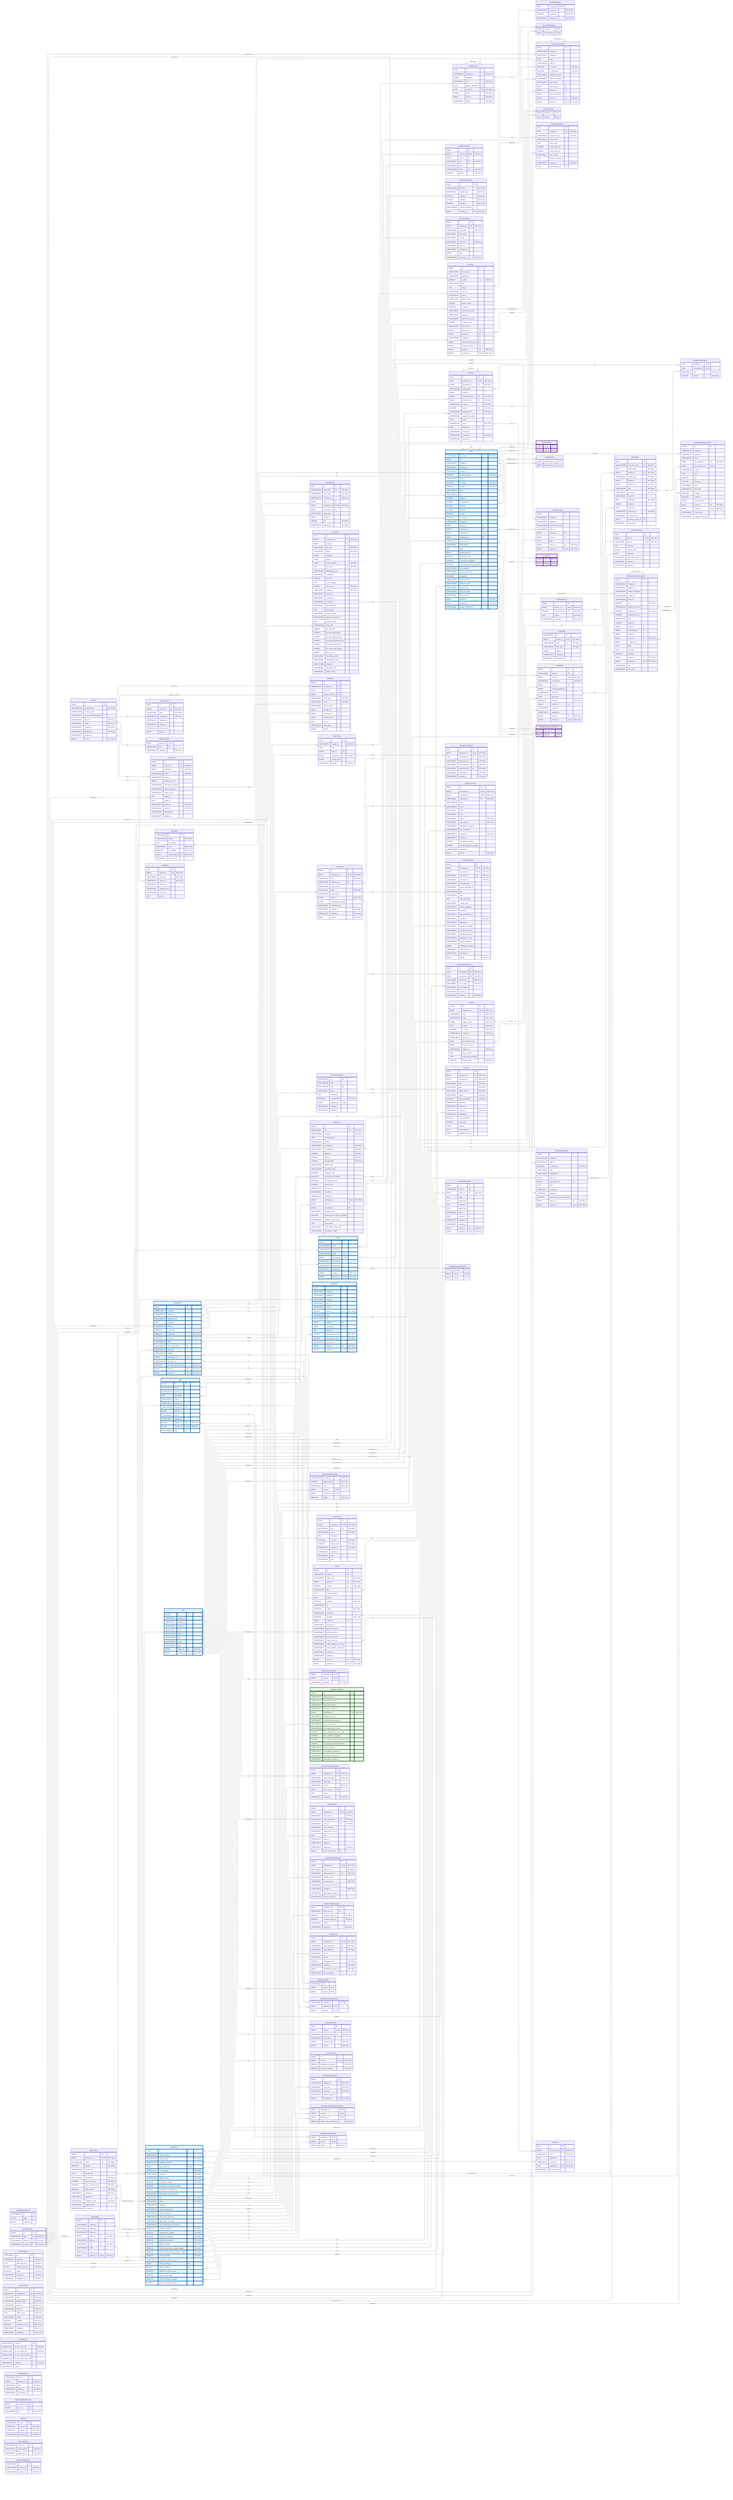
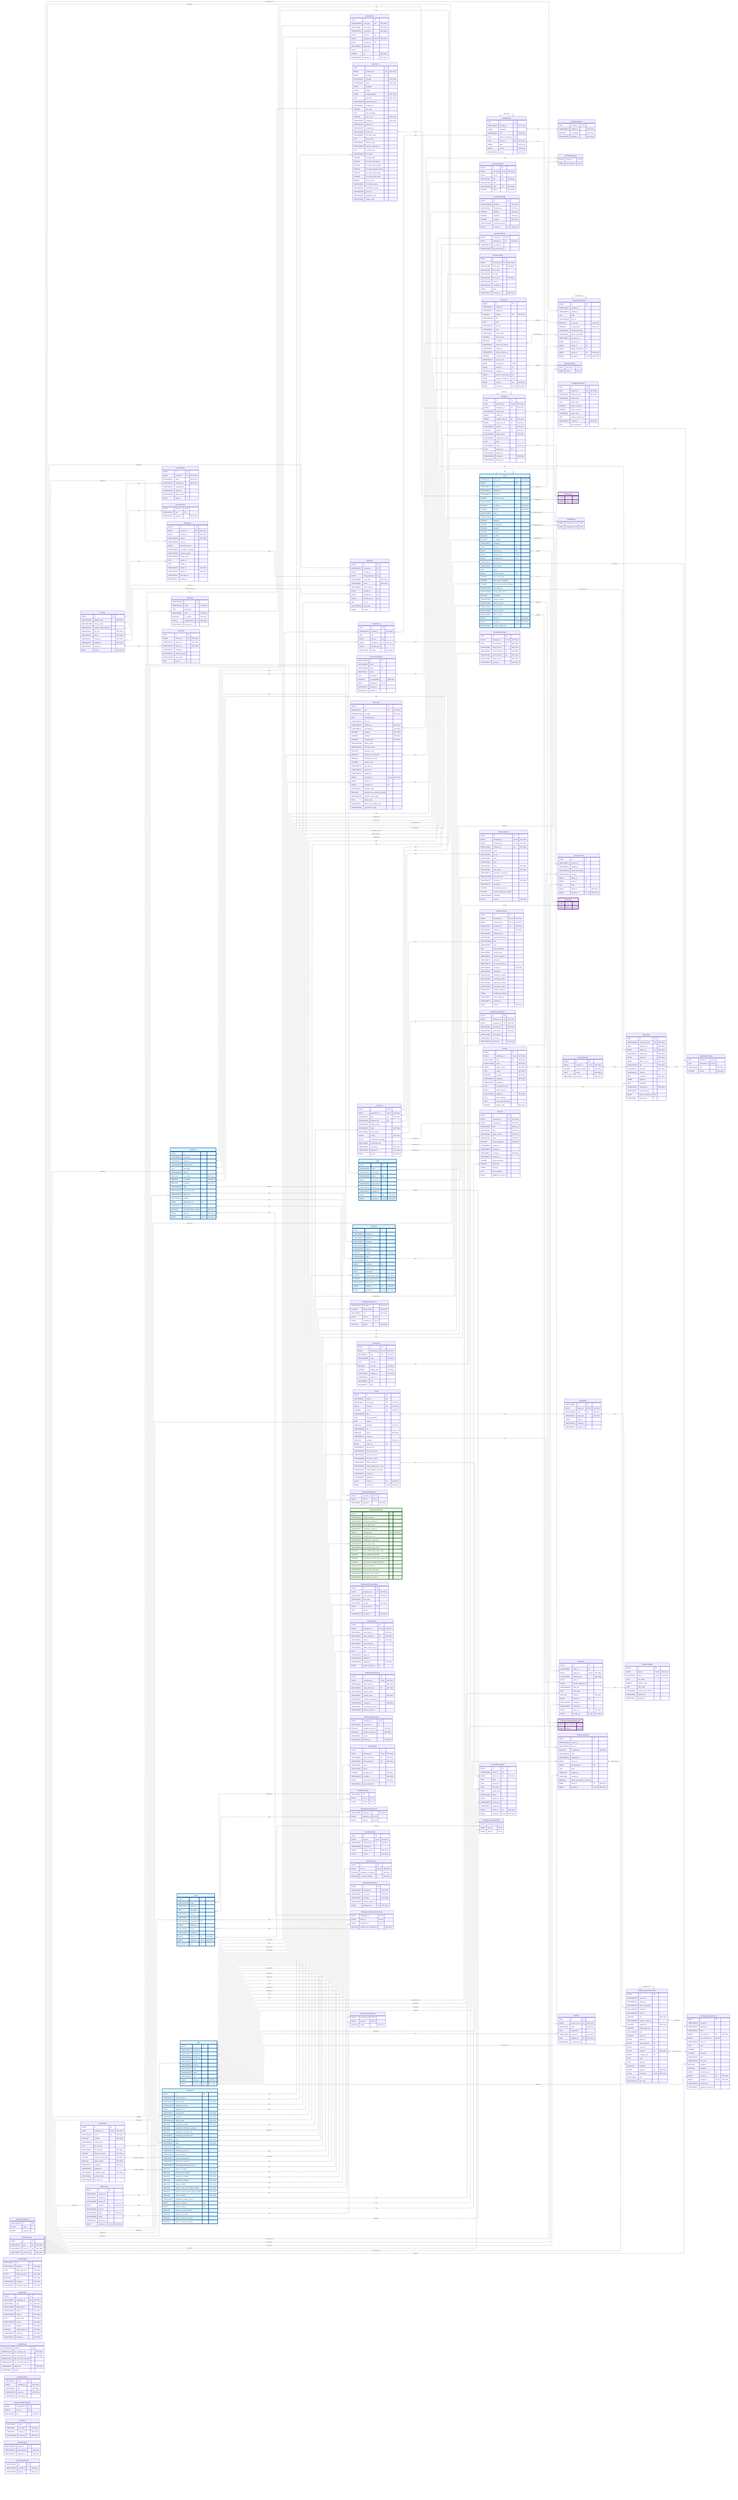
---
config:
    layout: elk
---
erDiagram
    %% Generated automatically from PostgreSQL database schema
    %% using scripts/generate-mermaid-erd.ts
    %% To regenerate: pnpm run db:generate-erd-docs

    direction LR

    Account {
        BIGINT id PK
        VARCHAR(255) display_name "NOT NULL"
        USER-DEFINED primary_email
        TIMESTAMPTZ primary_email_verified_at
        VARCHAR(16) app_role "NOT NULL"
        VARCHAR(16) status "NOT NULL"
        TIMESTAMPTZ created_at "NOT NULL"
        TIMESTAMPTZ updated_at "NOT NULL"
        TIMESTAMPTZ deleted_at
        BIGINT version "NOT NULL"
    }

    AccountExport {
        BIGINT id PK
        BIGINT account_id FK "NOT NULL"
        VARCHAR(16) status "NOT NULL"
        TIMESTAMPTZ requested_at "NOT NULL"
        TIMESTAMPTZ completed_at
        TIMESTAMPTZ expires_at
        VARCHAR(128) failure_reason
        BYTEA payload
    }

    AccountFeature {
        BIGINT account_id PK,FK
        VARCHAR(64) flag PK
        TIMESTAMPTZ enabled_at "NOT NULL"
    }

    ActivityEvent {
        UUID id PK
        VARCHAR(255) event_key UK "NOT NULL"
        VARCHAR(64) event_type "NOT NULL"
        TIMESTAMPTZ occurred_at "NOT NULL"
        BIGINT actor_id FK
        BIGINT workspace_id FK,UK "NOT NULL"
        BIGINT repository_id FK
        VARCHAR(32) target_type
        BIGINT target_id
        DOUBLE xp "NOT NULL"
        TIMESTAMPTZ ingested_at "NOT NULL"
    }

    AgentConfig {
        BIGINT id PK
        BIGINT workspace_id FK,UK "NOT NULL"
        VARCHAR(100) name UK "NOT NULL"
        BOOLEAN enabled "NOT NULL"
        VARCHAR(128) model_name
        TEXT llm_api_key
        VARCHAR(32) llm_provider "NOT NULL"
        INTEGER timeout_seconds "NOT NULL"
        INTEGER max_concurrent_jobs "NOT NULL"
        BOOLEAN allow_internet "NOT NULL"
        TIMESTAMPTZ created_at "NOT NULL"
        TIMESTAMPTZ updated_at
        VARCHAR(16) credential_mode "NOT NULL"
        VARCHAR(50) model_version
        VARCHAR(2048) llm_base_url
    }

    AgentJob {
        UUID id PK
        BIGINT workspace_id FK "NOT NULL"
        BIGINT config_id FK
        VARCHAR(50) job_type "NOT NULL"
        VARCHAR(20) status "NOT NULL"
        JSONB metadata
        JSONB output
        JSONB config_snapshot "NOT NULL"
        TEXT job_token UK "NOT NULL"
        VARCHAR(255) idempotency_key
        VARCHAR(64) container_id
        INTEGER exit_code
        TEXT error_message
        INTEGER retry_count "NOT NULL"
        TIMESTAMPTZ created_at "NOT NULL"
        TIMESTAMPTZ started_at
        TIMESTAMPTZ completed_at
        VARCHAR(64) network_id
        VARCHAR(64) job_token_hash
        TEXT llm_api_key
        VARCHAR(20) delivery_status
        VARCHAR(255) delivery_comment_id
        TEXT container_logs
        VARCHAR(100) llm_model
        INTEGER llm_total_calls
        INTEGER llm_total_input_tokens
        INTEGER llm_total_output_tokens
        INTEGER llm_total_reasoning_tokens
        INTEGER llm_cache_read_tokens
        INTEGER llm_cache_write_tokens
        DOUBLE llm_cost_usd
        VARCHAR(50) llm_model_version
        VARCHAR(32) cancellation_reason
        VARCHAR(255) worker_id
        VARCHAR(48) integration_kind
        VARCHAR(48) subject_class
    }

    AuthEvent {
        BIGINT id PK
        TIMESTAMPTZ occurred_at PK
        BIGINT account_id FK
        BIGINT acting_account_id FK
        VARCHAR(48) event_type "NOT NULL"
        VARCHAR(16) result "NOT NULL"
        VARCHAR(64) failure_reason
        BIGINT provider_id FK
        BIGINT workspace_id FK
        BIGINT identity_link_id FK
        INET ip_inet
        VARCHAR(512) user_agent
        JSONB details
    }

    AuthRateLimitBucket {
        VARCHAR(255) id PK
        BYTEA state
        BIGINT expires_at
    }

    ChatMessage {
        UUID id PK
        TIMESTAMPTZ created_at "NOT NULL"
        JSONB metadata
        VARCHAR(16) role "NOT NULL"
        UUID parent_message_id FK
        UUID thread_id FK "NOT NULL"
        JSONB parts "NOT NULL"
        BIGINT version "NOT NULL"
        VARCHAR(16) status "NOT NULL"
    }

    ChatMessageVote {
        UUID message_id PK,FK
        TIMESTAMPTZ created_at "NOT NULL"
        BOOLEAN is_upvoted "NOT NULL"
        TIMESTAMPTZ updated_at "NOT NULL"
    }

    ChatThread {
        UUID id PK
        TIMESTAMPTZ created_at "NOT NULL"
        TEXT title
        BIGINT user_id FK
        BIGINT workspace_id FK "NOT NULL"
        BYTEA session_jsonl
        VARCHAR(16) surface "NOT NULL"
    }

    CommitContributor {
        BIGINT id PK
        BIGINT commit_id FK,UK "NOT NULL"
        BIGINT user_id FK
        VARCHAR(32) role UK "NOT NULL"
        VARCHAR(255) name
        VARCHAR(255) email UK "NOT NULL"
        INTEGER ordinal "NOT NULL"
    }

    CommitFileChange {
        BIGINT id PK
        VARCHAR(1024) filename "NOT NULL"
        VARCHAR(32) change_type "NOT NULL"
        INTEGER additions "NOT NULL"
        INTEGER deletions "NOT NULL"
        INTEGER changes "NOT NULL"
        VARCHAR(1024) previous_filename
        BIGINT commit_id FK "NOT NULL"
    }

    CommitPullRequest {
        BIGINT commit_id PK,FK
        BIGINT pull_request_id PK,FK
    }

    Connection {
-         BIGINT id PK
+         BIGINT id PK,UK
        BIGINT workspace_id FK,UK "NOT NULL"
        VARCHAR(48) kind UK "NOT NULL"
        VARCHAR(128) instance_key UK
        VARCHAR(256) display_name
        VARCHAR(32) state "NOT NULL"
        VARCHAR(512) state_reason
        JSONB config "NOT NULL"
        BYTEA credentials_encrypted
        VARCHAR(64) credentials_alg
        TIMESTAMPTZ created_at "NOT NULL"
        TIMESTAMPTZ updated_at "NOT NULL"
        BIGINT version "NOT NULL"
+     }
+ 
+     ConnectionActivity {
+         BIGINT connection_id PK,FK
+         BIGINT workspace_id FK "NOT NULL"
+         TIMESTAMPTZ last_event_at
+         VARCHAR(128) last_event_type
    }

    ConnectionAudit {
        BIGINT id PK
        BIGINT connection_id FK "NOT NULL"
        VARCHAR(48) event_type "NOT NULL"
        VARCHAR(32) from_state
        VARCHAR(32) to_state
        VARCHAR(32) actor_kind "NOT NULL"
        VARCHAR(256) actor_ref
        VARCHAR(64) correlation_id
        JSONB detail
        TIMESTAMPTZ occurred_at "NOT NULL"
    }

    Discussion {
        BIGINT id PK
        TIMESTAMPTZ created_at
        TIMESTAMPTZ updated_at
        INTEGER number UK "NOT NULL"
        VARCHAR(1024) title
        TEXT body
        VARCHAR(512) html_url
        VARCHAR(16) state
        VARCHAR(32) state_reason
        INTEGER upvote_count
        BOOLEAN is_locked
        VARCHAR(32) active_lock_reason
        TIMESTAMPTZ closed_at
        TIMESTAMPTZ answer_chosen_at
        INTEGER comment_count
        TIMESTAMPTZ last_sync_at
        BIGINT repository_id FK,UK
        BIGINT author_id FK
        VARCHAR(128) category_id FK
        BIGINT answer_chosen_by_id FK
        BIGINT answer_comment_id FK,UK
        BIGINT native_id UK "NOT NULL"
        BIGINT provider_id FK,UK "NOT NULL"
    }

    DiscussionCategory {
        VARCHAR(128) id PK
        VARCHAR(255) name
        VARCHAR(128) slug UK
        VARCHAR(32) emoji
        TEXT description
        BOOLEAN is_answerable "NOT NULL"
        BIGINT repository_id FK,UK
        TIMESTAMPTZ created_at
        TIMESTAMPTZ updated_at
    }

    DiscussionComment {
        BIGINT id PK
        TIMESTAMPTZ created_at
        TIMESTAMPTZ updated_at
        TEXT body
        VARCHAR(512) html_url
        BOOLEAN is_answer "NOT NULL"
        BOOLEAN is_minimized "NOT NULL"
        VARCHAR(64) minimized_reason
        VARCHAR(32) author_association
        TIMESTAMPTZ last_sync_at
        BIGINT discussion_id FK
        BIGINT author_id FK
        BIGINT parent_comment_id FK
        BIGINT native_id UK "NOT NULL"
        BIGINT provider_id FK,UK "NOT NULL"
    }

    DiscussionLabel {
        BIGINT discussion_id PK,FK
        BIGINT label_id PK,FK
    }

    Feedback {
        UUID id PK
        UUID agent_job_id FK,UK "NOT NULL"
        BIGINT workspace_id FK "NOT NULL"
        VARCHAR(32) artifact_type
        BIGINT artifact_id
        BIGINT recipient_user_id FK "NOT NULL"
        BIGINT about_user_id FK "NOT NULL"
        VARCHAR(32) channel "NOT NULL"
        INTEGER position UK "NOT NULL"
        VARCHAR(16) delivery_state "NOT NULL"
        VARCHAR(32) suppression_reason
        TEXT body
        VARCHAR(16) source "NOT NULL"
        UUID replaces_id FK
        VARCHAR(64) thread_key
        TIMESTAMPTZ created_at "NOT NULL"
        TIMESTAMPTZ delivered_at
    }

    FeedbackObservation {
        UUID feedback_id PK,FK
        UUID observation_id PK,FK
        VARCHAR(16) role "NOT NULL"
        INTEGER ordinal "NOT NULL"
    }

    FeedbackPlacement {
        UUID id PK
        UUID feedback_id FK "NOT NULL"
        VARCHAR(32) placement_type "NOT NULL"
        VARCHAR(16) anchor_kind
        TEXT anchor_path
        INTEGER anchor_start_line
        INTEGER anchor_end_line
        VARCHAR(8) anchor_side
        TEXT posted_comment_ref
        TIMESTAMPTZ created_at "NOT NULL"
        UUID chat_message_id FK
    }

    GitCommit {
        BIGINT id PK
        VARCHAR(40) sha UK "NOT NULL"
        VARCHAR(1024) message "NOT NULL"
        TEXT message_body
        VARCHAR(512) html_url
        TIMESTAMPTZ authored_at "NOT NULL"
        TIMESTAMPTZ committed_at "NOT NULL"
        INTEGER additions "NOT NULL"
        INTEGER deletions "NOT NULL"
        INTEGER changed_files "NOT NULL"
        VARCHAR(255) author_email
        VARCHAR(255) committer_email
        BOOLEAN signature_valid
        BOOLEAN authored_by_committer
        BOOLEAN committed_via_web
        INTEGER parent_count
        TIMESTAMPTZ last_sync_at
        TIMESTAMPTZ created_at
        TIMESTAMPTZ updated_at
        BIGINT repository_id FK,UK "NOT NULL"
        BIGINT author_id FK
        BIGINT committer_id FK
        VARCHAR(32) signature_state
        BOOLEAN signature_was_signed_by_github
        VARCHAR(255) signature_signer_login
        TEXT parent_shas
        VARCHAR(32) status_check_rollup_state
        VARCHAR(255) on_behalf_of_login
    }

    IdentityLink {
        BIGINT id PK
        BIGINT account_id FK "NOT NULL"
        BIGINT provider_id FK "NOT NULL"
        VARCHAR(255) subject "NOT NULL"
        VARCHAR(255) team_id
        BIGINT external_actor_id
        VARCHAR(255) username_at_signup
        VARCHAR(320) email_at_signup
        VARCHAR(255) display_name
        TEXT avatar_url
        TEXT profile_url
        TIMESTAMPTZ linked_at "NOT NULL"
        VARCHAR(16) linked_via "NOT NULL"
        TIMESTAMPTZ last_login_at
        TIMESTAMPTZ disabled_at
    }

    IdentityProvider {
        BIGINT id PK
        VARCHAR(10) type UK "NOT NULL"
        VARCHAR(512) server_url UK "NOT NULL"
        TIMESTAMPTZ created_at "NOT NULL"
    }

    Issue {
        VARCHAR(31) issue_type UK "NOT NULL"
        BIGINT id PK
        TIMESTAMPTZ created_at
        TIMESTAMPTZ updated_at
        TIMESTAMPTZ closed_at
        INTEGER comments_count "NOT NULL"
        VARCHAR(255) html_url
        BOOLEAN is_locked "NOT NULL"
        INTEGER number UK "NOT NULL"
        VARCHAR(255) state
        VARCHAR(1024) title
        INTEGER additions
        INTEGER changed_files
        INTEGER commits
        INTEGER deletions
        BOOLEAN is_draft
        BOOLEAN is_merged
        TIMESTAMPTZ merged_at
        BIGINT author_id FK
        BIGINT milestone_id FK
        BIGINT repository_id FK,UK
        BIGINT merged_by_id FK
        TIMESTAMPTZ last_sync_at
        VARCHAR(32) state_reason
        TEXT body
        BIGINT parent_issue_id FK
        INTEGER sub_issues_total
        INTEGER sub_issues_completed
        INTEGER sub_issues_percent_completed
        VARCHAR(128) issue_type_id FK
        VARCHAR(255) merge_state_status
        BOOLEAN mergeable
        VARCHAR(255) review_decision
        VARCHAR(255) head_ref_name
        VARCHAR(40) head_ref_oid
        VARCHAR(255) base_ref_name
        VARCHAR(40) base_ref_oid
        BIGINT native_id UK "NOT NULL"
        BIGINT provider_id FK,UK "NOT NULL"
        VARCHAR(40) merge_commit_sha
    }

    IssueAssignee {
        BIGINT issue_id PK,FK
        BIGINT user_id PK,FK
    }

    IssueBlocking {
        BIGINT blocked_issue_id PK,FK
        BIGINT blocking_issue_id PK,FK
    }

    IssueComment {
        BIGINT id PK
        TIMESTAMPTZ created_at
        TIMESTAMPTZ updated_at
        VARCHAR(255) author_association
        VARCHAR(255) html_url
        BIGINT author_id FK
        BIGINT issue_id FK
        TEXT body
        BIGINT native_id UK "NOT NULL"
        BIGINT provider_id FK,UK "NOT NULL"
    }

    IssueLabel {
        BIGINT issue_id PK,FK
        BIGINT label_id PK,FK
    }

    IssueType {
        VARCHAR(128) id PK
        VARCHAR(128) name "NOT NULL"
        TEXT description
        VARCHAR(20) color "NOT NULL"
        BOOLEAN is_enabled "NOT NULL"
        BIGINT organization_id FK "NOT NULL"
        TIMESTAMPTZ last_sync_at
    }

    IssuedJwt {
        UUID jti PK
        BIGINT account_id FK "NOT NULL"
        TIMESTAMPTZ issued_at "NOT NULL"
        TIMESTAMPTZ expires_at "NOT NULL"
        TIMESTAMPTZ revoked_at
        VARCHAR(32) revoked_reason
        VARCHAR(512) user_agent
        INET ip_inet
    }

    JwtSigningKey {
        VARCHAR(64) kid PK
        VARCHAR(16) algorithm "NOT NULL"
        TEXT public_key_pem "NOT NULL"
        BYTEA private_key_pem "NOT NULL"
        BOOLEAN active "NOT NULL"
        TIMESTAMPTZ created_at "NOT NULL"
        VARCHAR(64) encryption_key_id "NOT NULL"
    }

    Label {
        BIGINT id PK
        VARCHAR(255) color
        VARCHAR(255) description
        VARCHAR(255) name UK
        BIGINT repository_id FK,UK
        TIMESTAMPTZ last_sync_at
        TIMESTAMPTZ created_at
        TIMESTAMPTZ updated_at
        BIGINT native_id UK "NOT NULL"
        BIGINT provider_id FK,UK "NOT NULL"
    }

    LoginProvider {
        BIGINT id PK
        VARCHAR(64) registration_id UK "NOT NULL"
        VARCHAR(10) type UK "NOT NULL"
        VARCHAR(255) display_name "NOT NULL"
        VARCHAR(512) base_url UK "NOT NULL"
        VARCHAR(512) client_id "NOT NULL"
        TEXT client_secret "NOT NULL"
        VARCHAR(512) scopes "NOT NULL"
        BOOLEAN enabled "NOT NULL"
        BOOLEAN seeded_from_env "NOT NULL"
        TIMESTAMPTZ created_at "NOT NULL"
        TIMESTAMPTZ updated_at "NOT NULL"
    }

    MentorSlackThread {
        UUID id PK
        BIGINT workspace_id FK,UK "NOT NULL"
        UUID chat_thread_id FK "NOT NULL"
        VARCHAR(32) slack_team_id "NOT NULL"
        VARCHAR(32) slack_channel_id UK "NOT NULL"
        VARCHAR(32) slack_thread_ts UK "NOT NULL"
        VARCHAR(32) slack_user_id "NOT NULL"
        TIMESTAMPTZ created_at "NOT NULL"
    }

    Milestone {
        BIGINT id PK
        TIMESTAMPTZ created_at
        TIMESTAMPTZ updated_at
        TIMESTAMPTZ closed_at
        TIMESTAMPTZ due_on
        VARCHAR(255) html_url
        INTEGER number UK "NOT NULL"
        VARCHAR(255) state
        VARCHAR(255) title
        BIGINT creator_id FK
        BIGINT repository_id FK,UK
        TEXT description
        INTEGER closed_issues_count "NOT NULL"
        INTEGER open_issues_count "NOT NULL"
        TIMESTAMPTZ last_sync_at
        BIGINT native_id UK "NOT NULL"
        BIGINT provider_id FK,UK "NOT NULL"
    }

    ModelPricing {
        VARCHAR(128) model_id PK
        NUMERIC(12,6) per_1k_input_usd "NOT NULL"
        NUMERIC(12,6) per_1k_output_usd "NOT NULL"
        NUMERIC(12,6) per_1k_cache_read_usd
        NUMERIC(12,6) per_1k_cache_write_usd
        TIMESTAMPTZ valid_from "NOT NULL"
        TIMESTAMPTZ valid_to
    }

    OauthStateNonce {
        VARCHAR(32) nonce PK
        BIGINT workspace_id "NOT NULL"
        VARCHAR(48) kind "NOT NULL"
        TIMESTAMPTZ issued_at "NOT NULL"
        TIMESTAMPTZ consumed_at
    }

    Observation {
        UUID id PK
        VARCHAR(255) occurrence_key UK "NOT NULL"
        UUID agent_job_id "NOT NULL"
        BIGINT practice_id FK "NOT NULL"
        VARCHAR(32) artifact_type "NOT NULL"
        BIGINT artifact_id "NOT NULL"
        BIGINT about_user_id FK "NOT NULL"
        VARCHAR(255) title "NOT NULL"
        VARCHAR(16) presence "NOT NULL"
        VARCHAR(16) severity
        REAL confidence "NOT NULL"
        JSONB evidence
        TEXT reasoning
        TIMESTAMPTZ observed_at "NOT NULL"
        VARCHAR(64) recurrence_key
        BIGINT practice_revision_id FK
        VARCHAR(8) assessment
    }

    Organization {
        BIGINT id PK
        TIMESTAMPTZ created_at
        TIMESTAMPTZ updated_at
        VARCHAR(255) avatar_url
        BIGINT native_id UK "NOT NULL"
        VARCHAR(255) html_url
        VARCHAR(255) login UK "NOT NULL"
        VARCHAR(255) name
        TIMESTAMPTZ last_sync_at
        BIGINT provider_id FK,UK "NOT NULL"
    }

    OrganizationMembership {
        BIGINT organization_id PK
        BIGINT user_id PK
        VARCHAR(32) role "NOT NULL"
    }

    OutlineCollection {
        BIGINT id PK
        BIGINT workspace_id FK,UK "NOT NULL"
        BIGINT connection_id FK,UK "NOT NULL"
        VARCHAR(64) collection_id UK "NOT NULL"
        VARCHAR(1024) name
        VARCHAR(512) url_id
        VARCHAR(32) color
        VARCHAR(64) icon
        VARCHAR(16) state "NOT NULL"
        VARCHAR(16) sync_status "NOT NULL"
        TIMESTAMPTZ documents_synced_at
        VARCHAR(2048) last_sync_error
        TIMESTAMPTZ created_at "NOT NULL"
        TIMESTAMPTZ updated_at
        INTEGER documents_upstream
        INTEGER exports_skipped_for_budget
        VARCHAR(2048) description
        BIGINT version "NOT NULL"
    }

    OutlineDocument {
        BIGINT id PK
        BIGINT workspace_id FK,UK "NOT NULL"
        BIGINT connection_id FK,UK "NOT NULL"
        VARCHAR(64) document_id UK "NOT NULL"
        VARCHAR(64) collection_id "NOT NULL"
        VARCHAR(512) collection_slug
        VARCHAR(64) parent_document_id
        VARCHAR(1024) title
        VARCHAR(512) slug
        TEXT body_markdown
        VARCHAR(64) content_hash
        TIMESTAMPTZ outline_updated_at
        TIMESTAMPTZ deleted_at
        TIMESTAMPTZ last_materialized_at
        TIMESTAMPTZ created_at "NOT NULL"
        TIMESTAMPTZ updated_at
        VARCHAR(64) created_by_subject
        VARCHAR(255) created_by_name
        VARCHAR(64) updated_by_subject
        VARCHAR(255) updated_by_name
        TIMESTAMPTZ outline_created_at
        JSONB collaborator_subjects
        TIMESTAMPTZ body_evicted_at
        TIMESTAMPTZ archived_at
        BIGINT version "NOT NULL"
    }

    OutlineDocumentEvent {
        BIGINT id PK
        BIGINT workspace_id FK "NOT NULL"
        BIGINT connection_id FK "NOT NULL"
        VARCHAR(64) document_id "NOT NULL"
        VARCHAR(64) event_name "NOT NULL"
        VARCHAR(64) actor_subject
        TIMESTAMPTZ occurred_at
        TIMESTAMPTZ created_at "NOT NULL"
    }

    Practice {
        BIGINT id PK
        BIGINT workspace_id FK,UK "NOT NULL"
        VARCHAR(64) slug UK "NOT NULL"
        VARCHAR(128) name "NOT NULL"
        JSONB trigger_events "NOT NULL"
        TEXT criteria "NOT NULL"
        BOOLEAN is_active "NOT NULL"
        TIMESTAMPTZ created_at "NOT NULL"
        TIMESTAMPTZ updated_at
        TEXT precompute_script
        BIGINT practice_area_id FK
        VARCHAR(32) applies_to "NOT NULL"
        TEXT why_it_matters
        TEXT what_good_looks_like
        INTEGER display_order "NOT NULL"
    }

    PracticeArea {
        BIGINT id PK
        BIGINT workspace_id FK,UK "NOT NULL"
        VARCHAR(64) slug UK "NOT NULL"
        VARCHAR(128) name "NOT NULL"
        TEXT description
        BOOLEAN is_active "NOT NULL"
        INTEGER display_order "NOT NULL"
        TIMESTAMPTZ created_at "NOT NULL"
        TIMESTAMPTZ updated_at
        VARCHAR(64) icon
        VARCHAR(32) color
    }

    PracticeRevision {
        BIGINT id PK
        BIGINT practice_id FK,UK "NOT NULL"
        INTEGER revision_number UK "NOT NULL"
        TEXT criteria "NOT NULL"
        TIMESTAMPTZ created_at "NOT NULL"
    }

    Project {
        BIGINT id PK
        VARCHAR(64) node_id UK
        VARCHAR(32) owner_type UK "NOT NULL"
        BIGINT owner_id UK "NOT NULL"
        INTEGER number UK "NOT NULL"
        VARCHAR(256) title
        TEXT short_description
        TEXT readme
        BOOLEAN template "NOT NULL"
        VARCHAR(512) url
        BOOLEAN closed "NOT NULL"
        TIMESTAMPTZ closed_at
        BOOLEAN is_public "NOT NULL"
        BIGINT creator_id FK
        TIMESTAMPTZ last_sync_at
        VARCHAR(256) item_sync_cursor
        TIMESTAMPTZ items_synced_at
        VARCHAR(256) field_sync_cursor
        TIMESTAMPTZ fields_synced_at
        VARCHAR(256) status_update_sync_cursor
        TIMESTAMPTZ status_updates_synced_at
        TIMESTAMPTZ created_at
        TIMESTAMPTZ updated_at
        BIGINT native_id UK "NOT NULL"
        BIGINT provider_id FK,UK "NOT NULL"
    }

    ProjectField {
        VARCHAR(64) id PK
        BIGINT project_id FK,UK "NOT NULL"
        VARCHAR(256) name UK "NOT NULL"
        VARCHAR(32) data_type "NOT NULL"
        JSONB options
        TIMESTAMPTZ created_at
        TIMESTAMPTZ updated_at
    }

    ProjectFieldValue {
        BIGINT id PK
        BIGINT item_id FK,UK "NOT NULL"
        VARCHAR(64) field_id FK,UK "NOT NULL"
        TEXT text_value
        DOUBLE number_value
        DATE date_value
        VARCHAR(64) single_select_option_id
        VARCHAR(64) iteration_id
        TIMESTAMPTZ updated_at
    }

    ProjectItem {
        BIGINT id PK
        VARCHAR(64) node_id UK
        BIGINT project_id FK,UK "NOT NULL"
        VARCHAR(32) content_type "NOT NULL"
        BIGINT issue_id FK
        BIGINT content_database_id
        VARCHAR(1024) draft_title
        TEXT draft_body
        BOOLEAN archived "NOT NULL"
        BIGINT creator_id FK
        TIMESTAMPTZ created_at
        TIMESTAMPTZ updated_at
        BIGINT native_id UK "NOT NULL"
        BIGINT provider_id FK,UK "NOT NULL"
    }

    ProjectStatusUpdate {
        BIGINT id PK
        VARCHAR(64) node_id UK
        BIGINT project_id FK "NOT NULL"
        TEXT body
        TEXT body_html
        DATE start_date
        DATE target_date
        VARCHAR(32) status
        BIGINT creator_id FK
        TIMESTAMPTZ created_at
        TIMESTAMPTZ updated_at
        BIGINT native_id UK "NOT NULL"
        BIGINT provider_id FK,UK "NOT NULL"
    }

    PullRequestRequestedReviewer {
        BIGINT pull_request_id PK,FK
        BIGINT user_id PK,FK
    }

    PullRequestReview {
        BIGINT id PK
        VARCHAR(255) commit_id
        VARCHAR(255) html_url
        BOOLEAN is_dismissed "NOT NULL"
        VARCHAR(255) state
        TIMESTAMPTZ submitted_at
        BIGINT author_id FK
        BIGINT pull_request_id FK
        TEXT body
        TIMESTAMP created_at
        TIMESTAMP updated_at
        BOOLEAN author_can_push_to_repository
        BIGINT native_id UK "NOT NULL"
        BIGINT provider_id FK,UK "NOT NULL"
    }

    PullRequestReviewComment {
        BIGINT id PK
        TIMESTAMPTZ created_at
        TIMESTAMPTZ updated_at
        VARCHAR(255) author_association
        VARCHAR(255) commit_id
        VARCHAR(255) html_url
        INTEGER line "NOT NULL"
        VARCHAR(255) original_commit_id
        INTEGER original_line "NOT NULL"
        INTEGER original_start_line
        VARCHAR(255) path
        INTEGER start_line
        BIGINT author_id FK
        BIGINT pull_request_id FK
        BIGINT review_id FK
        BIGINT thread_id FK "NOT NULL"
        BIGINT in_reply_to_id FK
        TEXT body
        TEXT diff_hunk
        BOOLEAN outdated
        BIGINT native_id UK "NOT NULL"
        BIGINT provider_id FK,UK "NOT NULL"
        VARCHAR(16) side
        VARCHAR(16) start_side
    }

    PullRequestReviewThread {
        BIGINT id PK
        TIMESTAMPTZ created_at
        TIMESTAMPTZ updated_at
        VARCHAR(20) state
        BIGINT pull_request_id FK "NOT NULL"
        BIGINT root_comment_id FK,UK
        VARCHAR(128) node_id
        TEXT path
        INTEGER line
        INTEGER start_line
        VARCHAR(16) side
        VARCHAR(16) start_side
        BOOLEAN outdated
        BOOLEAN collapsed
        BIGINT resolved_by_id FK
        BIGINT native_id UK "NOT NULL"
        BIGINT provider_id FK,UK "NOT NULL"
        VARCHAR(64) commit_sha
        VARCHAR(64) original_commit_sha
    }

    Reaction {
        UUID id PK
        BIGINT reactor_user_id FK "NOT NULL"
        VARCHAR(16) action "NOT NULL"
        TEXT explanation
        TIMESTAMPTZ created_at "NOT NULL"
        UUID feedback_id FK "NOT NULL"
        VARCHAR(64) recurrence_key
    }

    Repository {
        BIGINT id PK
        TIMESTAMPTZ created_at
        TIMESTAMPTZ updated_at
        VARCHAR(255) default_branch
        TEXT description
        VARCHAR(512) html_url
        BOOLEAN is_archived "NOT NULL"
        BOOLEAN is_disabled "NOT NULL"
        BOOLEAN is_private "NOT NULL"
        VARCHAR(255) name
        VARCHAR(150) name_with_owner UK
        TIMESTAMPTZ pushed_at
        VARCHAR(255) visibility
        BIGINT organization_id FK
        TIMESTAMPTZ last_sync_at
        BOOLEAN has_discussions_enabled "NOT NULL"
        BIGINT native_id UK "NOT NULL"
        BIGINT provider_id FK,UK "NOT NULL"
    }

    RepositoryCollaborator {
        BIGINT repository_id PK,FK
        BIGINT user_id PK,FK
        VARCHAR(32) permission "NOT NULL"
    }

    RepositoryToMonitor {
        BIGINT id PK
        TIMESTAMPTZ labels_synced_at
        TIMESTAMPTZ milestones_synced_at
        VARCHAR(255) name_with_owner
        TIMESTAMPTZ repository_synced_at
        BIGINT workspace_id FK "NOT NULL"
        TIMESTAMPTZ backfill_last_run_at
        TIMESTAMPTZ collaborators_synced_at
        VARCHAR(255) issue_sync_cursor
        VARCHAR(255) pull_request_sync_cursor
        INTEGER issue_backfill_high_water_mark
        INTEGER issue_backfill_checkpoint
        INTEGER pull_request_backfill_high_water_mark
        INTEGER pull_request_backfill_checkpoint
        TIMESTAMPTZ issues_synced_at
        TIMESTAMPTZ pull_requests_synced_at
        VARCHAR(255) discussion_sync_cursor
        TIMESTAMPTZ discussions_synced_at
    }

    Shedlock {
        VARCHAR(64) name PK
        TIMESTAMP lock_until "NOT NULL"
        TIMESTAMP locked_at "NOT NULL"
        VARCHAR(255) locked_by "NOT NULL"
    }

    SlackChannelConsentEvent {
        BIGINT id PK
        BIGINT workspace_id FK "NOT NULL"
        VARCHAR(32) slack_channel_id "NOT NULL"
        VARCHAR(16) from_state
        VARCHAR(16) to_state "NOT NULL"
        BIGINT actor_user_id FK
        TEXT reason
        TIMESTAMPTZ created_at "NOT NULL"
    }

    SlackMessage {
        BIGINT id PK
        BIGINT workspace_id FK,UK "NOT NULL"
        VARCHAR(32) slack_team_id "NOT NULL"
        VARCHAR(32) slack_channel_id UK "NOT NULL"
        VARCHAR(32) slack_ts UK "NOT NULL"
        VARCHAR(32) slack_thread_ts
        VARCHAR(32) author_slack_user_id
        TEXT text
        TIMESTAMPTZ edited_at
        TIMESTAMPTZ deleted_at
        TIMESTAMPTZ ingested_at "NOT NULL"
        BIGINT author_member_id FK
    }

    SlackMonitoredChannel {
        BIGINT id PK
        BIGINT workspace_id FK,UK "NOT NULL"
        VARCHAR(32) slack_team_id "NOT NULL"
        VARCHAR(32) slack_channel_id UK "NOT NULL"
        VARCHAR(256) channel_name
        VARCHAR(16) consent_state "NOT NULL"
        TIMESTAMPTZ consent_announced_at
        TIMESTAMPTZ created_at "NOT NULL"
        VARCHAR(32) last_history_synced_ts
        TIMESTAMPTZ history_synced_at
    }

    SlackParticipantConsent {
        BIGINT workspace_id PK,FK
        VARCHAR(32) slack_user_id PK
        BOOLEAN ingestion_opted_out "NOT NULL"
        BOOLEAN research_opted_out "NOT NULL"
        VARCHAR(32) source
        TIMESTAMPTZ decided_at "NOT NULL"
    }

    SlackThread {
        BIGINT id PK
        BIGINT workspace_id FK,UK "NOT NULL"
        VARCHAR(32) slack_channel_id UK "NOT NULL"
        VARCHAR(32) slack_thread_ts UK "NOT NULL"
        VARCHAR(32) first_ts
        VARCHAR(32) last_ts
        INTEGER message_count "NOT NULL"
        TIMESTAMPTZ created_at "NOT NULL"
        ARRAY participant_member_ids "NOT NULL"
        VARCHAR(32) last_reviewed_ts
    }

    SyncJob {
        BIGINT id PK
        BIGINT workspace_id FK "NOT NULL"
        BIGINT connection_id FK "NOT NULL"
        VARCHAR(48) kind "NOT NULL"
        VARCHAR(32) type "NOT NULL"
        VARCHAR(32) trigger_source "NOT NULL"
        VARCHAR(32) status "NOT NULL"
        BOOLEAN cancel_requested "NOT NULL"
        TIMESTAMPTZ started_at
        TIMESTAMPTZ finished_at
        TIMESTAMPTZ created_at "NOT NULL"
        TIMESTAMPTZ heartbeat_at
        INTEGER items_processed
        INTEGER items_total
        JSONB progress
        TEXT error_summary
        BIGINT triggered_by_user_id
    }

    Team {
        BIGINT id PK
        VARCHAR(255) name
        TIMESTAMPTZ created_at
        TEXT description
        VARCHAR(512) html_url
        TIMESTAMPTZ last_sync_at
        VARCHAR(255) organization UK
        BIGINT parent_id
        VARCHAR(32) privacy
        TIMESTAMPTZ updated_at
        BIGINT native_id UK "NOT NULL"
        BIGINT provider_id FK,UK "NOT NULL"
        VARCHAR(512) slug UK
    }

    TeamMembership {
        VARCHAR(32) role
        BIGINT user_id PK,FK
        BIGINT team_id PK,FK
    }

    TeamRepositoryPermission {
        VARCHAR(32) permission "NOT NULL"
        BIGINT repository_id PK,FK
        BIGINT team_id PK,FK
    }

    User {
        BIGINT id PK
        TIMESTAMPTZ created_at
        TIMESTAMPTZ updated_at
        VARCHAR(255) avatar_url
        VARCHAR(255) email
        VARCHAR(255) html_url
        VARCHAR(255) login
        VARCHAR(255) name
        VARCHAR(255) type
        BIGINT native_id UK "NOT NULL"
        BIGINT provider_id FK,UK "NOT NULL"
    }

    UserAchievement {
        UUID id PK
        BIGINT user_id FK,UK "NOT NULL"
        VARCHAR(64) achievement_id UK "NOT NULL"
        TIMESTAMPTZ unlocked_at
        JSONB progress_data "NOT NULL"
        BIGINT version "NOT NULL"
    }

    UserPreference {
        BIGINT id PK
        BIGINT user_id FK,UK "NOT NULL"
        BOOLEAN participate_in_research "NOT NULL"
        BOOLEAN ai_review_enabled "NOT NULL"
    }

    WorkerRegistry {
        VARCHAR(255) worker_id PK
        TIMESTAMPTZ last_heartbeat "NOT NULL"
        TIMESTAMPTZ registered_at "NOT NULL"
    }

    WorkerTokenDenylist {
        VARCHAR(64) jti PK
        TIMESTAMPTZ revoked_at "NOT NULL"
        TIMESTAMPTZ expires_at "NOT NULL"
    }

    Workspace {
        BIGINT id PK
        TIMESTAMPTZ users_synced_at
        VARCHAR(120) account_login "NOT NULL"
        VARCHAR(255) repository_selection
        BIGINT organization_id FK,UK
        VARCHAR(10) account_type "NOT NULL"
        TIMESTAMPTZ created_at "NOT NULL"
        VARCHAR(120) display_name "NOT NULL"
        BOOLEAN is_publicly_viewable "NOT NULL"
        BOOLEAN leaderboard_notification_enabled
        INTEGER leaderboard_schedule_day
        VARCHAR(10) leaderboard_schedule_time
        VARCHAR(64) slug UK "NOT NULL"
        VARCHAR(20) status "NOT NULL"
        TIMESTAMPTZ updated_at
        TIMESTAMPTZ members_synced_at
        TIMESTAMPTZ teams_synced_at
        TIMESTAMPTZ sub_issues_synced_at
        TIMESTAMPTZ issue_types_synced_at
        TIMESTAMPTZ issue_dependencies_synced_at
        BOOLEAN practices_enabled "NOT NULL"
        BOOLEAN achievements_enabled "NOT NULL"
        BOOLEAN leaderboard_enabled "NOT NULL"
        BOOLEAN progression_enabled "NOT NULL"
        BOOLEAN leagues_enabled "NOT NULL"
        BOOLEAN practice_review_auto_trigger_enabled "NOT NULL"
        BOOLEAN practice_review_manual_trigger_enabled "NOT NULL"
        BOOLEAN mentor_enabled "NOT NULL"
        TIMESTAMPTZ leaderboard_league_cycle_at
        BIGINT practice_config_id FK
        BIGINT mentor_config_id FK
        BOOLEAN practice_run_for_all_users
        BOOLEAN practice_skip_drafts
        BOOLEAN practice_deliver_to_merged
        INTEGER practice_cooldown_minutes
    }

    WorkspaceMembership {
        TIMESTAMPTZ created_at "NOT NULL"
        INTEGER league_points "NOT NULL"
        VARCHAR(16) role "NOT NULL"
        BIGINT user_id PK,FK
        BIGINT workspace_id PK,FK
        BOOLEAN hidden "NOT NULL"
    }

    WorkspaceSlugHistory {
        BIGINT id PK
        TIMESTAMPTZ changed_at "NOT NULL"
        VARCHAR(64) new_slug "NOT NULL"
        VARCHAR(64) old_slug "NOT NULL"
        TIMESTAMPTZ redirect_expires_at
        BIGINT workspace_id FK "NOT NULL"
    }

    WorkspaceTeamLabelFilter {
        BIGINT workspace_id PK,FK
        BIGINT team_id PK,FK
        BIGINT label_id PK,FK
    }

    WorkspaceTeamRepositorySetting {
        BIGINT workspace_id PK,FK
        BIGINT team_id PK,FK
        BIGINT repository_id PK,FK
        BOOLEAN hidden_from_contributions "NOT NULL"
    }

    WorkspaceTeamSetting {
        BIGINT workspace_id PK,FK
        BIGINT team_id PK,FK
        BOOLEAN hidden "NOT NULL"
    }

    %% Relationships
    %% One-to-One relationships
    Account ||--|| AccountFeature : has
    Workspace ||--|| ActivityEvent : has
    Workspace ||--|| AgentConfig : has
    ChatMessage ||--|| ChatMessageVote : has
    GitCommit ||--|| CommitContributor : has
    Workspace ||--|| Connection : has
    Repository ||--|| Discussion : has
    DiscussionComment ||--|| Discussion : references
    IdentityProvider ||--|| Discussion : references
    Repository ||--|| DiscussionCategory : has
    IdentityProvider ||--|| DiscussionComment : commented_on
    AgentJob ||--|| Feedback : has
    Repository ||--|| GitCommit : has
    Repository ||--|| Issue : has
    IdentityProvider ||--|| Issue : references
    IdentityProvider ||--|| IssueComment : commented_on
    Repository ||--|| Label : labeled
    IdentityProvider ||--|| Label : labeled
    Workspace ||--|| MentorSlackThread : has
    Repository ||--|| Milestone : has
    IdentityProvider ||--|| Milestone : references
    IdentityProvider ||--|| Organization : references
    Workspace ||--|| OutlineCollection : has
    Connection ||--|| OutlineCollection : has
    Workspace ||--|| OutlineDocument : has
    Connection ||--|| OutlineDocument : has
    Workspace ||--|| Practice : has
    Workspace ||--|| PracticeArea : has
    Practice ||--|| PracticeRevision : has
    IdentityProvider ||--|| Project : references
    Project ||--|| ProjectField : has
    ProjectItem ||--|| ProjectFieldValue : has
    ProjectField ||--|| ProjectFieldValue : has
    Project ||--|| ProjectItem : has
    IdentityProvider ||--|| ProjectItem : references
    IdentityProvider ||--|| ProjectStatusUpdate : references
    IdentityProvider ||--|| PullRequestReview : reviewed
    IdentityProvider ||--|| PullRequestReviewComment : commented_on
    PullRequestReviewComment ||--|| PullRequestReviewThread : reviewed
    IdentityProvider ||--|| PullRequestReviewThread : reviewed
    IdentityProvider ||--|| Repository : references
    Workspace ||--|| SlackMessage : has
    Workspace ||--|| SlackMonitoredChannel : has
    Workspace ||--|| SlackParticipantConsent : has
    Workspace ||--|| SlackThread : has
    IdentityProvider ||--|| Team : references
    IdentityProvider ||--|| User : references
    User ||--|| UserAchievement : has
    User ||--|| UserPreference : has
    Organization ||--|| Workspace : has
    User ||--|| WorkspaceMembership : belongs_to
    Workspace ||--|| WorkspaceMembership : belongs_to

    %% One-to-Many relationships
    Account ||--o{ AccountExport : has
    User ||--o{ ActivityEvent : references
    Repository ||--o{ ActivityEvent : has
    Workspace ||--o{ AgentJob : has
    AgentConfig ||--o{ AgentJob : has
    Account ||--o{ AuthEvent : account_id
    Account ||--o{ AuthEvent : acting_account_id
    IdentityProvider ||--o{ AuthEvent : references
    Workspace ||--o{ AuthEvent : has
    IdentityLink ||--o{ AuthEvent : has
    ChatMessage ||--o{ ChatMessage : references
    ChatThread ||--o{ ChatMessage : has
    User ||--o{ ChatThread : has
    Workspace ||--o{ ChatThread : has
    User ||--o{ CommitContributor : has
    GitCommit ||--o{ CommitFileChange : has
    Connection ||--o{ ConnectionAudit : has
    User ||--o{ Discussion : authored_by
    DiscussionCategory ||--o{ Discussion : has
    User ||--o{ Discussion : references
    Discussion ||--o{ DiscussionComment : commented_on
    User ||--o{ DiscussionComment : commented_on
    DiscussionComment ||--o{ DiscussionComment : commented_on
    Workspace ||--o{ Feedback : has
    User ||--o{ Feedback : recipient_user_id
    User ||--o{ Feedback : about_user_id
    Feedback ||--o{ Feedback : references
    Feedback ||--o{ FeedbackPlacement : has
    ChatMessage ||--o{ FeedbackPlacement : has
    User ||--o{ GitCommit : authored_by
    User ||--o{ GitCommit : references
    Account ||--o{ IdentityLink : has
    IdentityProvider ||--o{ IdentityLink : references
    User ||--o{ Issue : authored_by
    Milestone ||--o{ Issue : has
    User ||--o{ Issue : merged_by
    Issue ||--o{ Issue : has
    IssueType ||--o{ Issue : has
    User ||--o{ IssueComment : commented_on
    Issue ||--o{ IssueComment : commented_on
    Organization ||--o{ IssueType : has
    Account ||--o{ IssuedJwt : has
    ChatThread ||--o{ MentorSlackThread : has
    User ||--o{ Milestone : created_by
    Practice ||--o{ Observation : has
    User ||--o{ Observation : has
    PracticeRevision ||--o{ Observation : has
    Workspace ||--o{ OutlineDocumentEvent : has
    Connection ||--o{ OutlineDocumentEvent : has
    PracticeArea ||--o{ Practice : has
    User ||--o{ Project : created_by
    Issue ||--o{ ProjectItem : has
    User ||--o{ ProjectItem : created_by
    Project ||--o{ ProjectStatusUpdate : has
    User ||--o{ ProjectStatusUpdate : created_by
    User ||--o{ PullRequestReview : reviewed
    Issue ||--o{ PullRequestReview : reviewed
    User ||--o{ PullRequestReviewComment : commented_on
    Issue ||--o{ PullRequestReviewComment : commented_on
    PullRequestReview ||--o{ PullRequestReviewComment : commented_on
    PullRequestReviewThread ||--o{ PullRequestReviewComment : commented_on
    PullRequestReviewComment ||--o{ PullRequestReviewComment : commented_on
    Issue ||--o{ PullRequestReviewThread : reviewed
    User ||--o{ PullRequestReviewThread : reviewed
    User ||--o{ Reaction : has
    Feedback ||--o{ Reaction : has
    Organization ||--o{ Repository : has
    Workspace ||--o{ RepositoryToMonitor : monitors
    Workspace ||--o{ SlackChannelConsentEvent : has
    User ||--o{ SlackChannelConsentEvent : has
    User ||--o{ SlackMessage : authored_by
    Workspace ||--o{ SyncJob : has
-     Connection ||--o{ SyncJob : has
+     Connection ||--o{ SyncJob : references
+     Connection ||--o{ SyncJob : connection_id
+     Connection ||--o{ SyncJob : connection_id
    AgentConfig ||--o{ Workspace : practice_config_id
    AgentConfig ||--o{ Workspace : mentor_config_id
    Workspace ||--o{ WorkspaceSlugHistory : has

    %% Many-to-Many relationships
    GitCommit }o--o{ CommitPullRequest : has
    Issue }o--o{ CommitPullRequest : references
+     Connection }o--o{ ConnectionActivity : has
+     Workspace }o--o{ ConnectionActivity : has
    Discussion }o--o{ DiscussionLabel : labeled
    Label }o--o{ DiscussionLabel : labeled
    Feedback }o--o{ FeedbackObservation : has
    Observation }o--o{ FeedbackObservation : has
    Issue }o--o{ IssueAssignee : assigned_to
    User }o--o{ IssueAssignee : assigned_to
    Issue }o--o{ IssueBlocking : blocked_issue_id
    Issue }o--o{ IssueBlocking : blocking_issue_id
    Issue }o--o{ IssueLabel : labeled
    Label }o--o{ IssueLabel : labeled
    Issue }o--o{ PullRequestRequestedReviewer : reviewed
    User }o--o{ PullRequestRequestedReviewer : reviewed
    Repository }o--o{ RepositoryCollaborator : has
    User }o--o{ RepositoryCollaborator : has
    User }o--o{ TeamMembership : belongs_to
    Team }o--o{ TeamMembership : belongs_to
    Repository }o--o{ TeamRepositoryPermission : has
    Team }o--o{ TeamRepositoryPermission : has
    Workspace }o--o{ WorkspaceTeamLabelFilter : labeled
    Team }o--o{ WorkspaceTeamLabelFilter : labeled
    Label }o--o{ WorkspaceTeamLabelFilter : labeled
    Workspace }o--o{ WorkspaceTeamRepositorySetting : has
    Team }o--o{ WorkspaceTeamRepositorySetting : has
    Repository }o--o{ WorkspaceTeamRepositorySetting : has
    Workspace }o--o{ WorkspaceTeamSetting : has
    Team }o--o{ WorkspaceTeamSetting : has

    %% Styling
    classDef primaryEntity fill:#e1f5fe,stroke:#01579b,stroke-width:2px
    classDef associationEntity fill:#f3e5f5,stroke:#4a148c,stroke-width:2px
    classDef metadataEntity fill:#e8f5e8,stroke:#1b5e20,stroke-width:2px

    class Issue primaryEntity
    class IssueAssignee associationEntity
    class IssueLabel associationEntity
    class Label primaryEntity
    class Milestone primaryEntity
    class PullRequestRequestedReviewer associationEntity
    class Repository primaryEntity
    class RepositoryToMonitor metadataEntity
    class Team primaryEntity
    class User primaryEntity
    class Workspace primaryEntity
